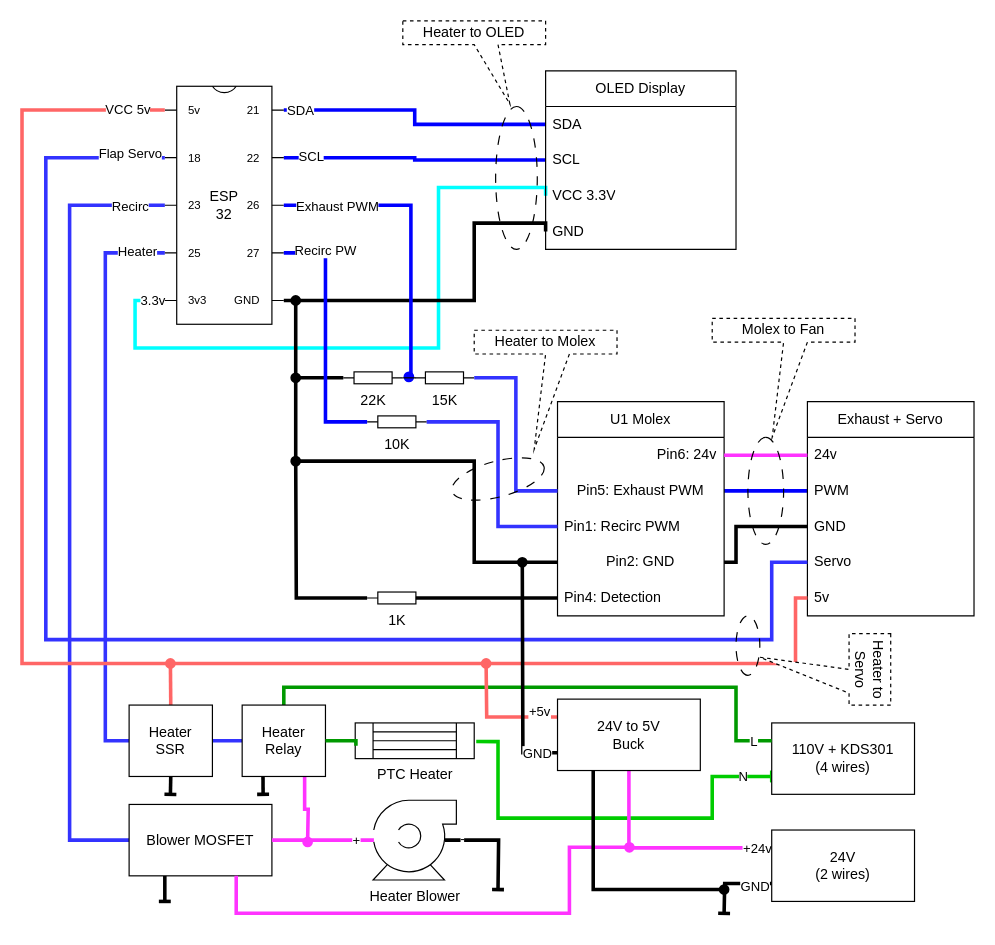
Earlier version of the draw.io diagram page "Wiring" (2 of 2) of docs/chamber_controller_schematic.drawio (arkhipus/u1-heater). Source tidied: cells renumbered, new cells numbered last; positions are measured from the earlier drawing's top-left corner, leaving out a move shared by most shapes. Both pictures are drawn from the tidied source at 119%, with x=0, y=0 at pixel (21, 20).
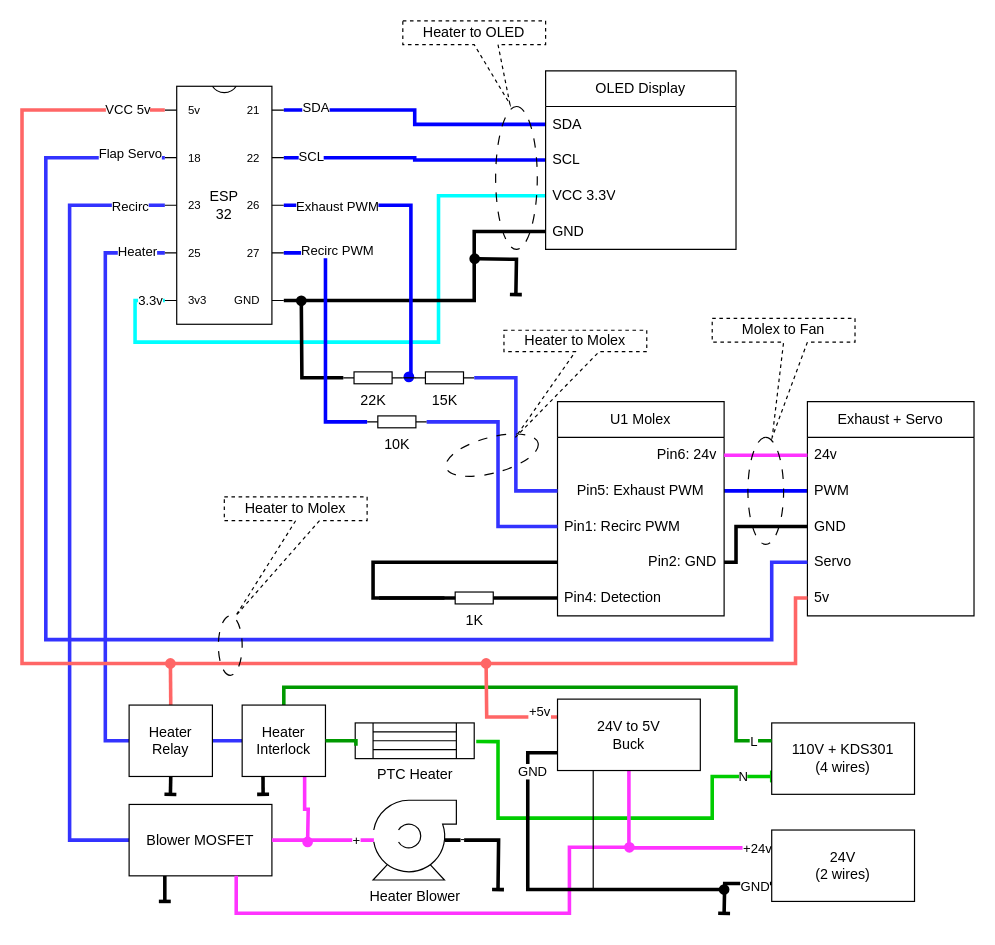
The same diagram, later.

The change refers to these unchanged cells:
```xml
<mxCell id="4" style="edgeStyle=orthogonalEdgeStyle;rounded=0;jettySize=auto;html=1;exitX=1;exitY=0;exitDx=0;exitDy=20;exitPerimeter=0;defaultLabelBackgroundColor=page;endArrow=none;endFill=0;strokeWidth=3;strokeColor=#0000FF;" parent="1" edge="1" source="13" target="28">
  <mxGeometry relative="1" as="geometry" />
</mxCell>
<mxCell id="13" value="ESP&lt;br&gt;32" style="shadow=0;dashed=0;align=center;html=1;strokeWidth=1;shape=mxgraph.electrical.logic_gates.dual_inline_ic;labelNames=5v,18,23,25,3v3,GND,27,26,22,21,a,a,a,a,a,a,a,a,a,a;whiteSpace=wrap;pinStyle=line;labelCount=20;pinSpacing=40;pinLabelType=cust;" parent="1" vertex="1">
  <mxGeometry x="120" y="55" width="100" height="200" as="geometry" />
</mxCell>
<mxCell id="21" value="U1 Molex" style="swimlane;fontStyle=0;horizontal=1;startSize=30;whiteSpace=wrap;html=1;" parent="1" vertex="1">
  <mxGeometry x="450" y="320" width="140" height="180" as="geometry" />
</mxCell>
<mxCell id="30" value="VCC 3.3V" style="text;strokeColor=none;fillColor=none;align=left;verticalAlign=middle;spacingLeft=4;spacingRight=4;overflow=hidden;points=[[0,0.5],[1,0.5]];portConstraint=eastwest;whiteSpace=wrap;html=1;" parent="27" vertex="1">
  <mxGeometry y="90" width="160" height="30" as="geometry" />
</mxCell>
<mxCell id="31" value="GND" style="text;strokeColor=none;fillColor=none;align=left;verticalAlign=middle;spacingLeft=4;spacingRight=4;overflow=hidden;points=[[0,0.5],[1,0.5]];portConstraint=eastwest;whiteSpace=wrap;html=1;" parent="27" vertex="1">
  <mxGeometry y="120" width="160" height="30" as="geometry" />
</mxCell>
<mxCell id="34" value="22K" style="verticalLabelPosition=bottom;shadow=0;dashed=0;align=center;html=1;verticalAlign=top;shape=mxgraph.electrical.resistors.resistor_1;labelPerimeter=1;rotation=0;" parent="1" vertex="1">
  <mxGeometry x="270" y="295" width="50" height="10" as="geometry" />
</mxCell>
<mxCell id="37" style="edgeStyle=orthogonalEdgeStyle;rounded=0;jettySize=auto;html=1;exitX=0;exitY=0.5;exitDx=0;exitDy=0;exitPerimeter=0;entryX=1;entryY=0;entryDx=0;entryDy=140;entryPerimeter=0;defaultLabelBackgroundColor=page;endArrow=none;endFill=0;strokeColor=#0000FF;strokeWidth=3;" parent="1" edge="1" source="36" target="13">
  <mxGeometry relative="1" as="geometry" />
</mxCell>
<mxCell id="78" value="24V to 5V&lt;br&gt;Buck" style="rounded=0;whiteSpace=wrap;html=1;" parent="1" vertex="1">
  <mxGeometry x="450" y="570" width="120" height="60" as="geometry" />
</mxCell>
```

Diff of the diagram source:
```diff
@@
     <mxCell id="5" value="SDA" style="edgeLabel;html=1;align=center;verticalAlign=middle;inheritText=1;defaultLabelBackgroundColor=page;" parent="4" vertex="1">
-      <mxGeometry x="-0.89" relative="1" as="geometry" />
+      <mxGeometry x="-0.89" relative="1" as="geometry">
+        <mxPoint x="13" y="-3" as="offset" />
+      </mxGeometry>
     </mxCell>
     <mxCell id="6" style="edgeStyle=orthogonalEdgeStyle;rounded=0;jettySize=auto;html=1;exitX=0;exitY=0;exitDx=0;exitDy=180;exitPerimeter=0;entryX=0;entryY=0.5;entryDx=0;entryDy=0;defaultLabelBackgroundColor=page;startArrow=none;startFill=0;endArrow=none;endFill=0;strokeColor=#00FFFF;strokeWidth=3;" parent="1" edge="1" source="13" target="30">
-      <mxGeometry x="0.11" relative="1" as="geometry">
+      <mxGeometry x="0.14" relative="1" as="geometry">
         <Array as="points">
           <mxPoint x="95" y="235" />
-          <mxPoint x="95" y="275" />
-          <mxPoint x="350" y="275" />
-          <mxPoint x="350" y="140" />
-          <mxPoint x="440" y="140" />
+          <mxPoint x="95" y="270" />
+          <mxPoint x="350" y="270" />
+          <mxPoint x="350" y="147" />
         </Array>
       </mxGeometry>
     </mxCell>
     <mxCell id="7" value="3.3v" style="edgeLabel;html=1;align=center;verticalAlign=middle;inheritText=1;defaultLabelBackgroundColor=page;" parent="6" vertex="1">
-      <mxGeometry x="-0.96" y="-1" relative="1" as="geometry" />
+      <mxGeometry x="-0.95" y="-1" relative="1" as="geometry" />
     </mxCell>
     <mxCell id="8" style="edgeStyle=orthogonalEdgeStyle;rounded=0;jettySize=auto;html=1;exitX=1;exitY=0;exitDx=0;exitDy=180;exitPerimeter=0;entryX=0;entryY=0.5;entryDx=0;entryDy=0;defaultLabelBackgroundColor=page;endArrow=none;endFill=0;strokeWidth=3;" parent="1" edge="1" source="13" target="31">
-      <mxGeometry relative="1" as="geometry">
+      <mxGeometry x="0.06" relative="1" as="geometry">
         <Array as="points">
           <mxPoint x="380" y="235" />
-          <mxPoint x="380" y="170" />
-          <mxPoint x="440" y="170" />
+          <mxPoint x="380" y="177" />
         </Array>
       </mxGeometry>
     </mxCell>
@@
-    <mxCell id="15" style="edgeStyle=orthogonalEdgeStyle;rounded=0;jettySize=auto;html=1;exitX=0;exitY=0.5;exitDx=0;exitDy=0;exitPerimeter=0;defaultLabelBackgroundColor=page;endArrow=oval;endFill=1;strokeWidth=3;" parent="1" edge="1" source="16">
+    <mxCell id="15" style="edgeStyle=orthogonalEdgeStyle;rounded=0;jettySize=auto;html=1;defaultLabelBackgroundColor=page;endArrow=oval;endFill=1;strokeWidth=3;exitX=0;exitY=0.5;exitDx=0;exitDy=0;exitPerimeter=0;" parent="1" edge="1" source="34">
       <mxGeometry x="-0.34" relative="1" as="geometry">
-        <mxPoint x="230" y="370" as="targetPoint" />
+        <mxPoint x="234.7" y="235.3" as="targetPoint" />
       </mxGeometry>
     </mxCell>
     <mxCell id="16" value="1&lt;span style=&quot;background-color: transparent; color: light-dark(#000000, var(--ge-light-color, #ffffff));&quot;&gt;K&lt;/span&gt;" style="verticalLabelPosition=bottom;shadow=0;dashed=0;align=center;html=1;verticalAlign=top;shape=mxgraph.electrical.resistors.resistor_1;labelPerimeter=1;rotation=0;" parent="1" vertex="1">
-      <mxGeometry x="290" y="480" width="50" height="10" as="geometry" />
+      <mxGeometry x="355" y="480" width="50" height="10" as="geometry" />
     </mxCell>
@@
-    <mxCell id="25" value="Pin2: GND" style="text;strokeColor=none;fillColor=none;align=center;verticalAlign=middle;spacingLeft=4;spacingRight=4;overflow=hidden;points=[[0,0.5],[1,0.5]];portConstraint=eastwest;whiteSpace=wrap;html=1;" parent="21" vertex="1">
+    <mxCell id="25" value="Pin2: GND" style="text;strokeColor=none;fillColor=none;align=right;verticalAlign=middle;spacingLeft=4;spacingRight=4;overflow=hidden;points=[[0,0.5],[1,0.5]];portConstraint=eastwest;whiteSpace=wrap;html=1;" parent="21" vertex="1">
       <mxGeometry y="120" width="140" height="30" as="geometry" />
     </mxCell>
@@
-    <mxCell id="32" style="edgeStyle=orthogonalEdgeStyle;rounded=0;jettySize=auto;html=1;defaultLabelBackgroundColor=page;endArrow=none;endFill=0;startArrow=oval;startFill=1;strokeWidth=3;" parent="1" edge="1" target="25">
-      <mxGeometry x="-0.03" relative="1" as="geometry">
-        <mxPoint x="230" y="235" as="sourcePoint" />
+    <mxCell id="32" style="edgeStyle=orthogonalEdgeStyle;rounded=0;jettySize=auto;html=1;defaultLabelBackgroundColor=page;endArrow=none;endFill=0;startArrow=none;startFill=0;strokeWidth=3;exitX=0;exitY=0.5;exitDx=0;exitDy=0;exitPerimeter=0;" parent="1" edge="1" source="16" target="25">
+      <mxGeometry x="0.21" relative="1" as="geometry">
         <Array as="points">
-          <mxPoint x="230" y="370" />
-          <mxPoint x="380" y="370" />
-          <mxPoint x="380" y="455" />
+          <mxPoint x="295" y="485" />
+          <mxPoint x="295" y="455" />
         </Array>
       </mxGeometry>
     </mxCell>
-    <mxCell id="33" style="edgeStyle=orthogonalEdgeStyle;rounded=0;jettySize=auto;html=1;exitX=0;exitY=0.5;exitDx=0;exitDy=0;exitPerimeter=0;defaultLabelBackgroundColor=page;endArrow=oval;endFill=1;strokeWidth=3;" parent="1" edge="1" source="34">
-      <mxGeometry relative="1" as="geometry">
-        <mxPoint x="230" y="300" as="targetPoint" />
-      </mxGeometry>
-    </mxCell>
@@
-    <mxCell id="38" value="Recirc PW" style="edgeLabel;html=1;align=center;verticalAlign=middle;inheritText=1;defaultLabelBackgroundColor=page;" parent="37" vertex="1">
+    <mxCell id="38" value="Recirc PWM" style="edgeLabel;html=1;align=center;verticalAlign=middle;inheritText=1;defaultLabelBackgroundColor=page;" parent="37" vertex="1">
       <mxGeometry x="0.77" y="-2" relative="1" as="geometry">
-        <mxPoint x="10" y="-1" as="offset" />
+        <mxPoint x="20" y="-1" as="offset" />
       </mxGeometry>
     </mxCell>
@@
-    <mxCell id="65" value="Heater &lt;br&gt;SSR" style="rounded=0;whiteSpace=wrap;html=1;" parent="1" vertex="1">
+    <mxCell id="65" value="Heater &lt;br&gt;Relay" style="rounded=0;whiteSpace=wrap;html=1;" parent="1" vertex="1">
       <mxGeometry x="90" y="575" width="70" height="60" as="geometry" />
     </mxCell>
@@
-    <mxCell id="75" style="edgeStyle=orthogonalEdgeStyle;rounded=0;jettySize=auto;html=1;exitX=0;exitY=0.75;exitDx=0;exitDy=0;defaultLabelBackgroundColor=page;endArrow=oval;endFill=1;strokeWidth=3;" parent="1" edge="1" source="78">
-      <mxGeometry relative="1" as="geometry">
-        <mxPoint x="420.4" y="455" as="targetPoint" />
-      </mxGeometry>
-    </mxCell>
-    <mxCell id="76" value="GND" style="edgeLabel;html=1;align=center;verticalAlign=middle;inheritText=1;defaultLabelBackgroundColor=page;" parent="75" vertex="1">
-      <mxGeometry x="-0.81" relative="1" as="geometry" />
-    </mxCell>
@@
     <mxCell id="79" style="ellipse;whiteSpace=wrap;html=1;shapeInside=1;dashed=1;dashPattern=8 8;fillColor=none;rotation=-15;" parent="1" vertex="1">
-      <mxGeometry x="360" y="370" width="80" height="30" as="geometry" />
+      <mxGeometry x="355" y="350" width="80" height="30" as="geometry" />
     </mxCell>
@@
     <mxCell id="81" style="ellipse;whiteSpace=wrap;html=1;shapeInside=1;dashed=1;dashPattern=8 8;fillColor=none;rotation=90;" parent="1" vertex="1">
-      <mxGeometry x="585" y="515" width="50" height="20" as="geometry" />
+      <mxGeometry x="150" y="515" width="50" height="20" as="geometry" />
     </mxCell>
@@
-    <mxCell id="85" value="Heater &lt;br&gt;Relay" style="rounded=0;whiteSpace=wrap;html=1;" parent="1" vertex="1">
+    <mxCell id="85" value="Heater &lt;br&gt;Interlock" style="rounded=0;whiteSpace=wrap;html=1;" parent="1" vertex="1">
       <mxGeometry x="185" y="575" width="70" height="60" as="geometry" />
     </mxCell>
@@
-    <mxCell id="89" style="edgeStyle=orthogonalEdgeStyle;rounded=0;jettySize=auto;html=1;exitX=0.25;exitY=1;exitDx=0;exitDy=0;defaultLabelBackgroundColor=page;endArrow=oval;endFill=1;strokeWidth=3;" parent="1" edge="1" source="78">
-      <mxGeometry relative="1" as="geometry">
+    <mxCell id="89" style="edgeStyle=orthogonalEdgeStyle;rounded=0;jettySize=auto;html=1;exitX=0;exitY=0.75;exitDx=0;exitDy=0;defaultLabelBackgroundColor=page;endArrow=oval;endFill=1;strokeWidth=3;" parent="1" edge="1" source="78">
+      <mxGeometry x="0.31" relative="1" as="geometry">
         <mxPoint x="590" y="730" as="targetPoint" />
         <Array as="points">
-          <mxPoint x="480" y="730" />
+          <mxPoint x="425" y="615" />
+          <mxPoint x="425" y="730" />
         </Array>
       </mxGeometry>
     </mxCell>
+    <mxCell id="76" value="GND" style="edgeLabel;html=1;align=center;verticalAlign=middle;inheritText=1;defaultLabelBackgroundColor=page;" parent="89" vertex="1">
+      <mxGeometry x="-0.74" y="3" relative="1" as="geometry" />
+    </mxCell>
-    <mxCell id="90" value="Heater to Molex" style="shape=callout;whiteSpace=wrap;html=1;perimeter=calloutPerimeter;position2=0.42;size=80;position=0.5;dashed=1;" parent="1" vertex="1">
-      <mxGeometry x="380" y="260" width="120" height="100" as="geometry" />
+    <mxCell id="90" value="Heater to Molex" style="shape=callout;whiteSpace=wrap;html=1;perimeter=calloutPerimeter;position2=0.08;size=72;position=0.5;dashed=1;base=20;" parent="1" vertex="1">
+      <mxGeometry x="405" y="260" width="120" height="90" as="geometry" />
     </mxCell>
@@
-    <mxCell id="92" value="Heater to Servo" style="shape=callout;whiteSpace=wrap;html=1;perimeter=calloutPerimeter;position2=0.33;size=75;position=0.5;dashed=1;rotation=90;" parent="1" vertex="1">
-      <mxGeometry x="645" y="490" width="60" height="110" as="geometry" />
-    </mxCell>
@@
+    <mxCell id="95" style="edgeStyle=orthogonalEdgeStyle;rounded=0;orthogonalLoop=1;jettySize=auto;html=1;defaultLabelBackgroundColor=page;endArrow=baseDash;endFill=0;strokeWidth=3;startArrow=oval;startFill=1;" parent="1" edge="1">
+      <mxGeometry x="0.24" relative="1" as="geometry">
+        <mxPoint x="380.4" y="199.9" as="sourcePoint" />
+        <mxPoint x="415" y="230" as="targetPoint" />
+      </mxGeometry>
+    </mxCell>
+    <mxCell id="96" value="Heater to Molex" style="shape=callout;whiteSpace=wrap;html=1;perimeter=calloutPerimeter;position2=0.08;size=80;position=0.5;dashed=1;" parent="1" vertex="1">
+      <mxGeometry x="170" y="400" width="120" height="100" as="geometry" />
+    </mxCell>
```
